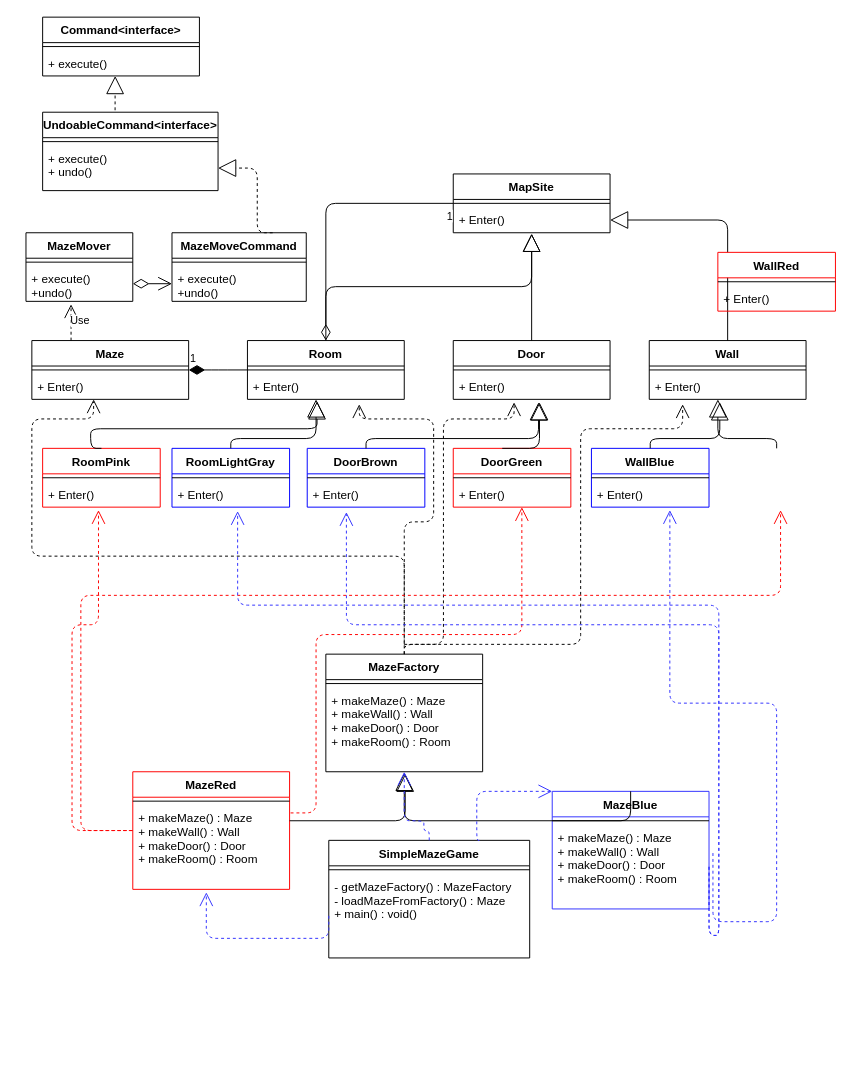
Above: Maze - Abstract Factory Prototype Command.drawio in parveshj/SE575 (draw.io), before the change. Source tidied: cells renumbered, new cells numbered last; positions are measured from the earlier drawing's top-left corner, leaving out a move shared by most shapes. Both pictures are drawn from the tidied source at 98%, with x=0, y=0 at pixel (25, 17).
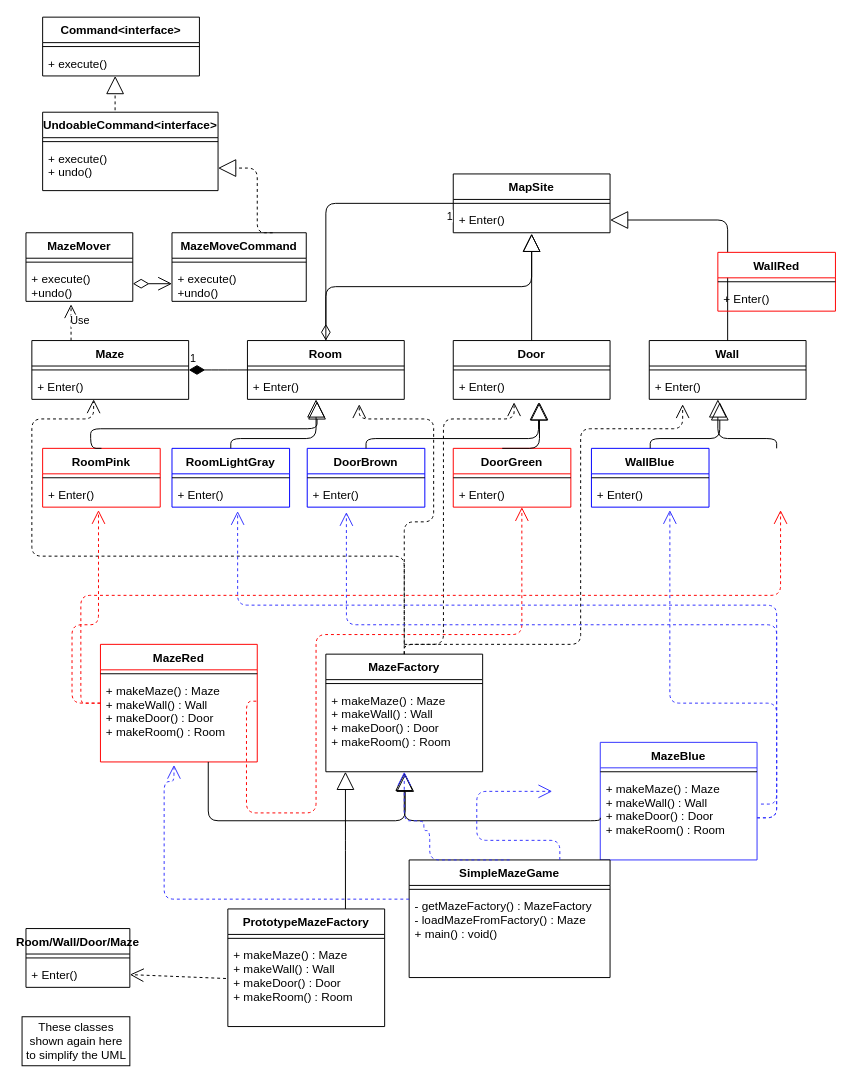
The same page after the edit.

The change refers to these unchanged cells:
```xml
<mxCell id="25" value="+ makeMaze() : Maze&#10;+ makeWall() : Wall&#10;+ makeDoor() : Door&#10;+ makeRoom() : Room" style="text;strokeColor=none;fillColor=none;align=left;verticalAlign=top;spacingLeft=4;spacingRight=4;overflow=hidden;points=[[0,0.5],[1,0.5]];portConstraint=eastwest;" parent="23" vertex="1">
  <mxGeometry y="34" width="160" height="86" as="geometry" />
</mxCell>
<mxCell id="28" value="+ makeMaze() : Maze&#10;+ makeWall() : Wall&#10;+ makeDoor() : Door&#10;+ makeRoom() : Room" style="text;strokeColor=none;fillColor=none;align=left;verticalAlign=top;spacingLeft=4;spacingRight=4;overflow=hidden;points=[[0,0.5],[1,0.5]];portConstraint=eastwest;" parent="26" vertex="1">
  <mxGeometry y="34" width="160" height="86" as="geometry" />
</mxCell>
<mxCell id="31" value="+ makeMaze() : Maze&#10;+ makeWall() : Wall&#10;+ makeDoor() : Door&#10;+ makeRoom() : Room" style="text;strokeColor=none;fillColor=none;align=left;verticalAlign=top;spacingLeft=4;spacingRight=4;overflow=hidden;points=[[0,0.5],[1,0.5]];portConstraint=eastwest;" parent="29" vertex="1">
  <mxGeometry y="34" width="160" height="86" as="geometry" />
</mxCell>
<mxCell id="36" value="+ Enter()" style="text;strokeColor=none;fillColor=none;align=left;verticalAlign=top;spacingLeft=4;spacingRight=4;overflow=hidden;points=[[0,0.5],[1,0.5]];portConstraint=eastwest;" parent="34" vertex="1">
  <mxGeometry y="34" width="120" height="26" as="geometry" />
</mxCell>
<mxCell id="39" value="+ Enter()" style="text;strokeColor=none;fillColor=none;align=left;verticalAlign=top;spacingLeft=4;spacingRight=4;overflow=hidden;points=[[0,0.5],[1,0.5]];portConstraint=eastwest;" parent="37" vertex="1">
  <mxGeometry y="34" width="120" height="26" as="geometry" />
</mxCell>
<mxCell id="42" value="+ Enter()" style="text;strokeColor=none;fillColor=none;align=left;verticalAlign=top;spacingLeft=4;spacingRight=4;overflow=hidden;points=[[0,0.5],[1,0.5]];portConstraint=eastwest;" parent="40" vertex="1">
  <mxGeometry y="34" width="120" height="26" as="geometry" />
</mxCell>
<mxCell id="48" value="+ Enter()" style="text;strokeColor=none;fillColor=none;align=left;verticalAlign=top;spacingLeft=4;spacingRight=4;overflow=hidden;points=[[0,0.5],[1,0.5]];portConstraint=eastwest;" parent="46" vertex="1">
  <mxGeometry y="34" width="120" height="26" as="geometry" />
</mxCell>
<mxCell id="70" value="- getMazeFactory() : MazeFactory&#10;- loadMazeFromFactory() : Maze&#10;+ main() : void()" style="text;strokeColor=none;fillColor=none;align=left;verticalAlign=top;spacingLeft=4;spacingRight=4;overflow=hidden;points=[[0,0.5],[1,0.5]];portConstraint=eastwest;" parent="68" vertex="1">
  <mxGeometry y="34" width="205" height="86" as="geometry" />
</mxCell>
```

The edit, as a diff of the source:
```diff
@@
     <mxCell id="26" value="MazeRed" style="swimlane;fontStyle=1;align=center;verticalAlign=top;horizontal=1;startSize=26;strokeColor=#FF0000;" parent="1" vertex="1">
-      <mxGeometry x="109" y="770" width="160" height="120" as="geometry" />
+      <mxGeometry x="76" y="640" width="160" height="120" as="geometry" />
     </mxCell>
@@
     <mxCell id="29" value="MazeBlue" style="swimlane;fontStyle=1;align=center;verticalAlign=top;horizontal=1;startSize=26;strokeColor=#3333FF;" parent="1" vertex="1">
-      <mxGeometry x="537" y="790" width="160" height="120" as="geometry" />
+      <mxGeometry x="586" y="740" width="160" height="120" as="geometry" />
     </mxCell>
@@
-    <mxCell id="32" style="endArrow=block;endSize=16;endFill=0;html=1;exitX=0.5;exitY=0;exitDx=0;exitDy=0;edgeStyle=orthogonalEdgeStyle;entryX=0.5;entryY=1.012;entryDx=0;entryDy=0;entryPerimeter=0;" parent="1" edge="1" source="29" target="25">
+    <mxCell id="32" style="endArrow=block;endSize=16;endFill=0;html=1;exitX=0;exitY=0.5;exitDx=0;exitDy=0;edgeStyle=orthogonalEdgeStyle;entryX=0.5;entryY=1.012;entryDx=0;entryDy=0;entryPerimeter=0;" parent="1" edge="1" source="31" target="25">
       <mxGeometry relative="1" as="geometry">
         <Array as="points">
-          <mxPoint x="617" y="820" />
+          <mxPoint x="586" y="820" />
           <mxPoint x="386" y="820" />
         </Array>
       </mxGeometry>
     </mxCell>
@@
     <mxCell id="62" style="endArrow=open;endSize=12;dashed=1;html=1;edgeStyle=orthogonalEdgeStyle;entryX=0.475;entryY=1.115;entryDx=0;entryDy=0;entryPerimeter=0;exitX=0;exitY=0.5;exitDx=0;exitDy=0;strokeColor=#FF0000;" parent="1" edge="1" source="26" target="36">
       <mxGeometry relative="1" as="geometry">
         <Array as="points">
-          <mxPoint x="47" y="830" />
+          <mxPoint x="47" y="700" />
           <mxPoint x="47" y="620" />
           <mxPoint x="74" y="620" />
         </Array>
       </mxGeometry>
     </mxCell>
     <mxCell id="63" style="endArrow=open;endSize=12;dashed=1;html=1;edgeStyle=orthogonalEdgeStyle;entryX=0.533;entryY=1.115;entryDx=0;entryDy=0;entryPerimeter=0;strokeColor=#FF0000;" parent="1" edge="1">
       <mxGeometry relative="1" as="geometry">
-        <mxPoint x="108" y="830" as="sourcePoint" />
+        <mxPoint x="76" y="700" as="sourcePoint" />
         <mxPoint x="770" y="503" as="targetPoint" />
         <Array as="points">
-          <mxPoint x="56" y="830" />
+          <mxPoint x="66" y="700" />
+          <mxPoint x="56" y="700" />
           <mxPoint x="56" y="590" />
           <mxPoint x="770" y="590" />
         </Array>
       </mxGeometry>
     </mxCell>
-    <mxCell id="64" style="endArrow=open;endSize=12;dashed=1;html=1;edgeStyle=orthogonalEdgeStyle;exitX=1.006;exitY=0.233;exitDx=0;exitDy=0;exitPerimeter=0;strokeColor=#FF0000;" parent="1" edge="1">
+    <mxCell id="64" style="endArrow=open;endSize=12;dashed=1;html=1;edgeStyle=orthogonalEdgeStyle;exitX=0.994;exitY=0.279;exitDx=0;exitDy=0;exitPerimeter=0;strokeColor=#FF0000;" parent="1" edge="1" source="28">
       <mxGeometry relative="1" as="geometry">
-        <mxPoint x="270" y="812" as="sourcePoint" />
         <mxPoint x="506" y="500" as="targetPoint" />
         <Array as="points">
+          <mxPoint x="225" y="812" />
           <mxPoint x="296" y="812" />
           <mxPoint x="296" y="630" />
           <mxPoint x="506" y="630" />
         </Array>
       </mxGeometry>
     </mxCell>
     <mxCell id="65" style="endArrow=open;endSize=12;dashed=1;html=1;edgeStyle=orthogonalEdgeStyle;entryX=0.558;entryY=1.154;entryDx=0;entryDy=0;entryPerimeter=0;exitX=1;exitY=0.5;exitDx=0;exitDy=0;strokeColor=#3333FF;" parent="1" edge="1" source="31" target="39">
       <mxGeometry relative="1" as="geometry">
         <Array as="points">
-          <mxPoint x="707" y="937" />
-          <mxPoint x="707" y="600" />
+          <mxPoint x="766" y="817" />
+          <mxPoint x="766" y="600" />
           <mxPoint x="216" y="600" />
         </Array>
       </mxGeometry>
     </mxCell>
     <mxCell id="66" style="endArrow=open;endSize=12;dashed=1;html=1;edgeStyle=orthogonalEdgeStyle;entryX=0.333;entryY=1.192;entryDx=0;entryDy=0;entryPerimeter=0;exitX=1;exitY=0.5;exitDx=0;exitDy=0;strokeColor=#3333FF;" parent="1" edge="1" source="31" target="42">
       <mxGeometry relative="1" as="geometry">
         <Array as="points">
-          <mxPoint x="707" y="937" />
-          <mxPoint x="707" y="620" />
+          <mxPoint x="766" y="817" />
+          <mxPoint x="766" y="620" />
           <mxPoint x="327" y="620" />
         </Array>
       </mxGeometry>
     </mxCell>
     <mxCell id="67" style="endArrow=open;endSize=12;dashed=1;html=1;edgeStyle=orthogonalEdgeStyle;entryX=0.667;entryY=1.115;entryDx=0;entryDy=0;entryPerimeter=0;exitX=1.025;exitY=0.337;exitDx=0;exitDy=0;exitPerimeter=0;strokeColor=#3333FF;" parent="1" edge="1" source="31" target="48">
       <mxGeometry relative="1" as="geometry">
         <Array as="points">
-          <mxPoint x="766" y="923" />
+          <mxPoint x="766" y="803" />
           <mxPoint x="766" y="700" />
           <mxPoint x="657" y="700" />
         </Array>
       </mxGeometry>
     </mxCell>
     <mxCell id="68" value="SimpleMazeGame" style="swimlane;fontStyle=1;align=center;verticalAlign=top;horizontal=1;startSize=26;" parent="1" vertex="1">
-      <mxGeometry x="309" y="840" width="205" height="120" as="geometry" />
+      <mxGeometry x="391" y="860" width="205" height="120" as="geometry" />
     </mxCell>
@@
-    <mxCell id="71" style="endArrow=open;endSize=12;dashed=1;html=1;strokeColor=#3333FF;exitX=0;exitY=0.5;exitDx=0;exitDy=0;entryX=0.469;entryY=1.035;entryDx=0;entryDy=0;entryPerimeter=0;edgeStyle=orthogonalEdgeStyle;" parent="1" edge="1" source="70" target="28">
+    <mxCell id="71" style="endArrow=open;endSize=12;dashed=1;html=1;strokeColor=#3333FF;entryX=0.469;entryY=1.035;entryDx=0;entryDy=0;entryPerimeter=0;edgeStyle=orthogonalEdgeStyle;" parent="1" edge="1" target="28">
       <mxGeometry relative="1" as="geometry">
+        <mxPoint x="391" y="900" as="sourcePoint" />
         <Array as="points">
-          <mxPoint x="309" y="940" />
-          <mxPoint x="184" y="940" />
+          <mxPoint x="141" y="900" />
+          <mxPoint x="141" y="780" />
+          <mxPoint x="151" y="780" />
         </Array>
       </mxGeometry>
     </mxCell>
@@
+    <mxCell id="90" value="PrototypeMazeFactory" style="swimlane;fontStyle=1;align=center;verticalAlign=top;horizontal=1;startSize=26;" parent="1" vertex="1">
+      <mxGeometry x="206" y="910" width="160" height="120" as="geometry" />
+    </mxCell>
+    <mxCell id="91" style="line;strokeWidth=1;fillColor=none;align=left;verticalAlign=middle;spacingTop=-1;spacingLeft=3;spacingRight=3;labelPosition=right;" parent="90" vertex="1">
+      <mxGeometry y="26" width="160" height="8" as="geometry" />
+    </mxCell>
+    <mxCell id="92" value="+ makeMaze() : Maze&#10;+ makeWall() : Wall&#10;+ makeDoor() : Door&#10;+ makeRoom() : Room" style="text;strokeColor=none;fillColor=none;align=left;verticalAlign=top;spacingLeft=4;spacingRight=4;overflow=hidden;points=[[0,0.5],[1,0.5]];portConstraint=eastwest;" parent="90" vertex="1">
+      <mxGeometry y="34" width="160" height="86" as="geometry" />
+    </mxCell>
+    <mxCell id="93" style="endArrow=block;endSize=16;endFill=0;html=1;exitX=0.75;exitY=0;exitDx=0;exitDy=0;edgeStyle=orthogonalEdgeStyle;" parent="1" edge="1" source="90">
+      <mxGeometry relative="1" as="geometry">
+        <mxPoint x="326" y="770" as="targetPoint" />
+      </mxGeometry>
+    </mxCell>
+    <mxCell id="94" value="Room/Wall/Door/Maze" style="swimlane;fontStyle=1;align=center;verticalAlign=top;horizontal=1;startSize=26;" parent="1" vertex="1">
+      <mxGeometry y="930" width="106" height="60" as="geometry" />
+    </mxCell>
+    <mxCell id="95" style="line;strokeWidth=1;fillColor=none;align=left;verticalAlign=middle;spacingTop=-1;spacingLeft=3;spacingRight=3;labelPosition=right;" parent="94" vertex="1">
+      <mxGeometry y="26" width="106" height="8" as="geometry" />
+    </mxCell>
+    <mxCell id="96" value="+ Enter()" style="text;strokeColor=none;fillColor=none;align=left;verticalAlign=top;spacingLeft=4;spacingRight=4;overflow=hidden;points=[[0,0.5],[1,0.5]];portConstraint=eastwest;" parent="94" vertex="1">
+      <mxGeometry y="34" width="106" height="26" as="geometry" />
+    </mxCell>
+    <mxCell id="97" style="endArrow=open;endSize=12;dashed=1;html=1;exitX=-0.012;exitY=0.43;exitDx=0;exitDy=0;exitPerimeter=0;entryX=1;entryY=0.5;entryDx=0;entryDy=0;" parent="1" edge="1" source="92" target="96">
+      <mxGeometry relative="1" as="geometry" />
+    </mxCell>
+    <mxCell id="98" value="These classes &lt;br&gt;shown again here &lt;br&gt;to simplify the UML" style="html=1;" parent="1" vertex="1">
+      <mxGeometry x="-4" y="1020" width="110" height="50" as="geometry" />
+    </mxCell>
```
